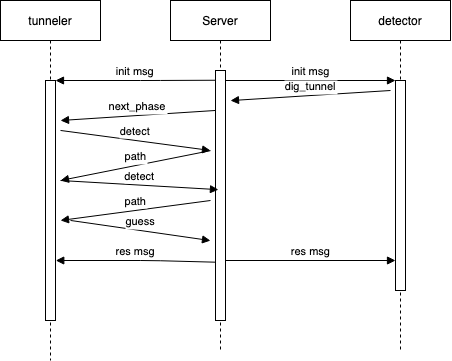
Earlier version of the draw.io export assets/docs/image.png (BangBreakfast/Dig-that-Architecture-nyu-CSCI-GA.2965-001-FL22). Source tidied: cells renumbered, new cells last; positions are measured from the earlier drawing's top-left corner, leaving out a move shared by most shapes.
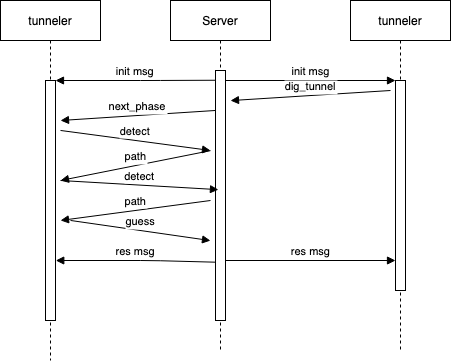
After the change.

The edit, as a diff of the source:
```diff
@@ -23,7 +23,7 @@
         <mxPoint x="225" y="260" as="targetPoint" />
       </mxGeometry>
     </mxCell>
-    <mxCell id="6" value="detector" style="shape=umlLifeline;perimeter=lifelinePerimeter;rounded=0;shadow=0;strokeWidth=1;" parent="1" vertex="1">
+    <mxCell id="6" value="tunneler" style="shape=umlLifeline;perimeter=lifelinePerimeter;rounded=0;shadow=0;strokeWidth=1;" parent="1" vertex="1">
       <mxGeometry x="350" width="100" height="350" as="geometry" />
     </mxCell>
     <mxCell id="7" style="points=[];perimeter=orthogonalPerimeter;rounded=0;shadow=0;strokeWidth=1;" parent="6" vertex="1">
```
